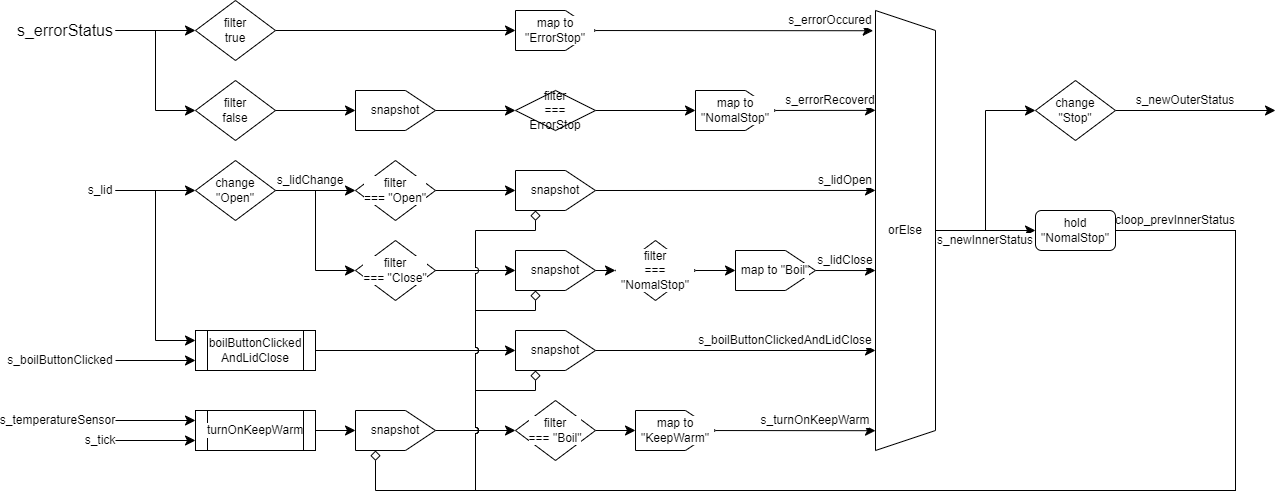
Before: images/status/status.png, a diagram exported from draw.io (suzuki-taro-unofficial/frpot). Source tidied: cells renumbered, new cells last; positions are measured from the earlier drawing's top-left corner, leaving out a move shared by most shapes.
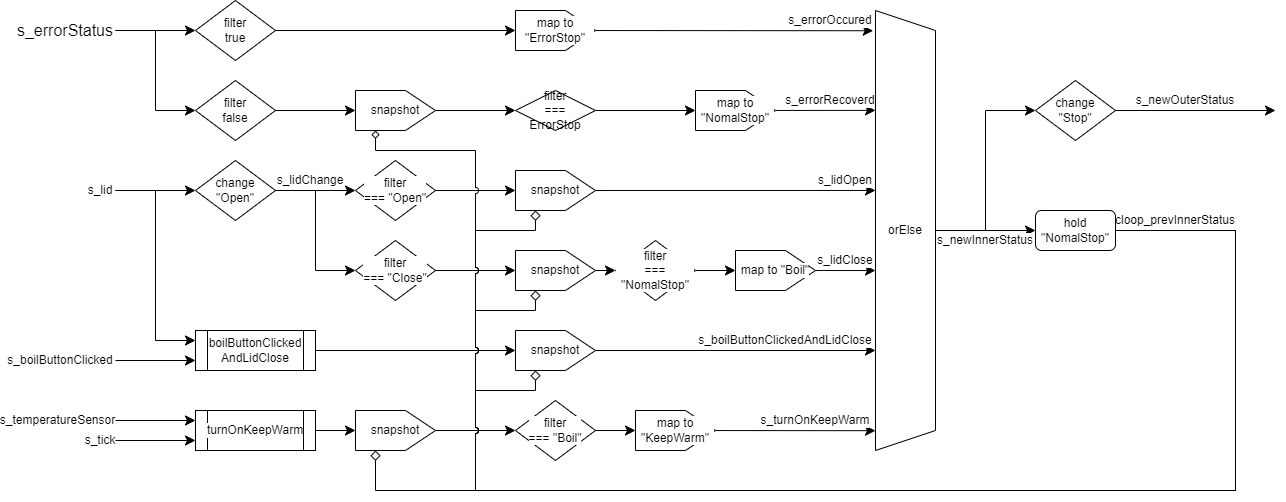
Later version of the same file.

The edit, as a diff of the source:
```diff
@@ -249,6 +249,17 @@
         </Array>
       </mxGeometry>
     </mxCell>
+    <mxCell id="73" style="edgeStyle=orthogonalEdgeStyle;rounded=0;jettySize=auto;html=1;entryX=0;entryY=0.25;entryDx=0;entryDy=0;endArrow=diamond;endFill=0;jumpStyle=arc;" parent="1" edge="1" source="67" target="13">
+      <mxGeometry relative="1" as="geometry">
+        <Array as="points">
+          <mxPoint x="1235" y="230" />
+          <mxPoint x="1235" y="490" />
+          <mxPoint x="475" y="490" />
+          <mxPoint x="475" y="150" />
+          <mxPoint x="375" y="150" />
+        </Array>
+      </mxGeometry>
+    </mxCell>
     <mxCell id="67" value="hold&lt;div&gt;&quot;NomalStop&quot;&lt;/div&gt;" style="rounded=1;whiteSpace=wrap;html=1;fontFamily=Helvetica;fontSize=12;fontColor=default;labelBackgroundColor=default;" parent="1" vertex="1">
       <mxGeometry x="1035" y="210" width="80" height="40" as="geometry" />
     </mxCell>
```
